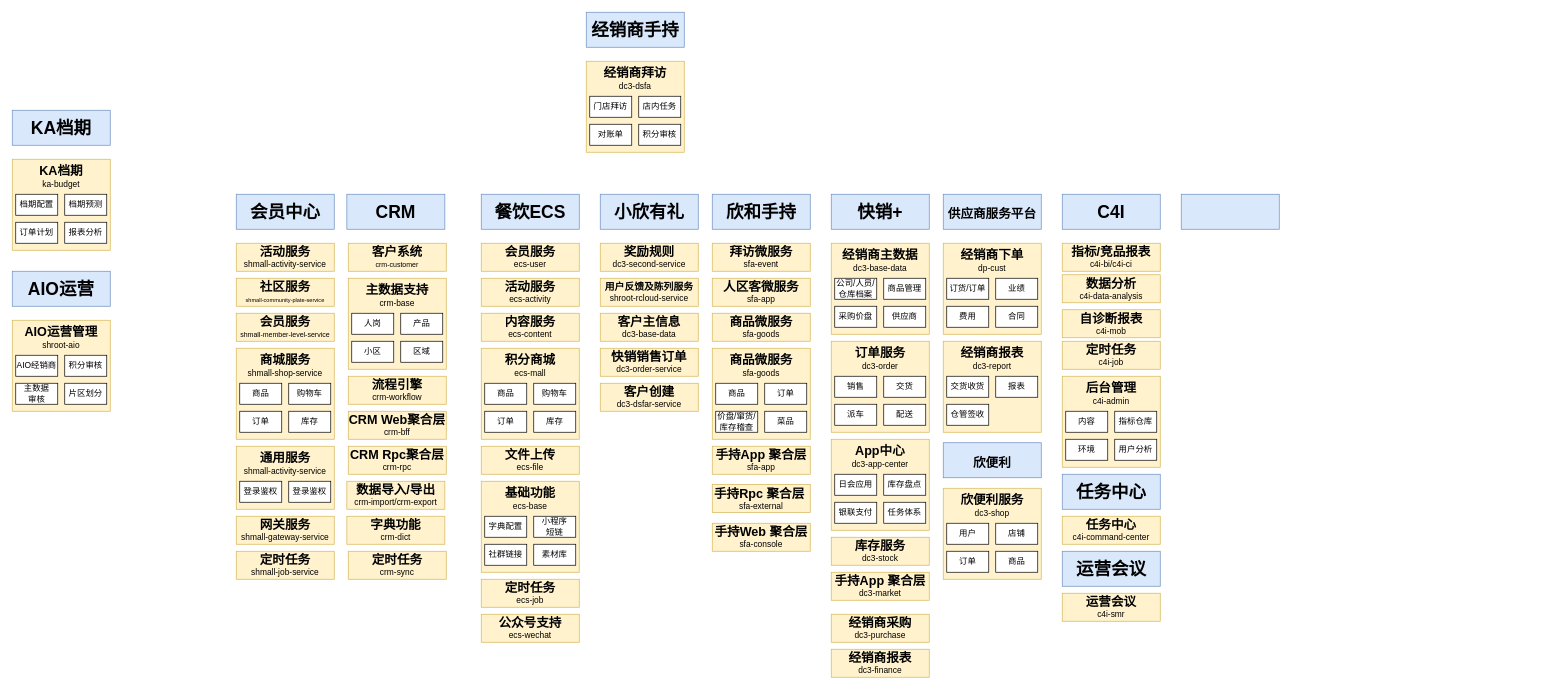
Earlier version of the draw.io diagram shinho/【1021】架构图绘制.drawio (18857545022/-). Source tidied: cells renumbered, new cells numbered last; positions are measured from the earlier drawing's top-left corner, leaving out a move shared by most shapes. Both pictures are drawn from the tidied source at 70%, with x=0, y=0 at pixel (12, 12).
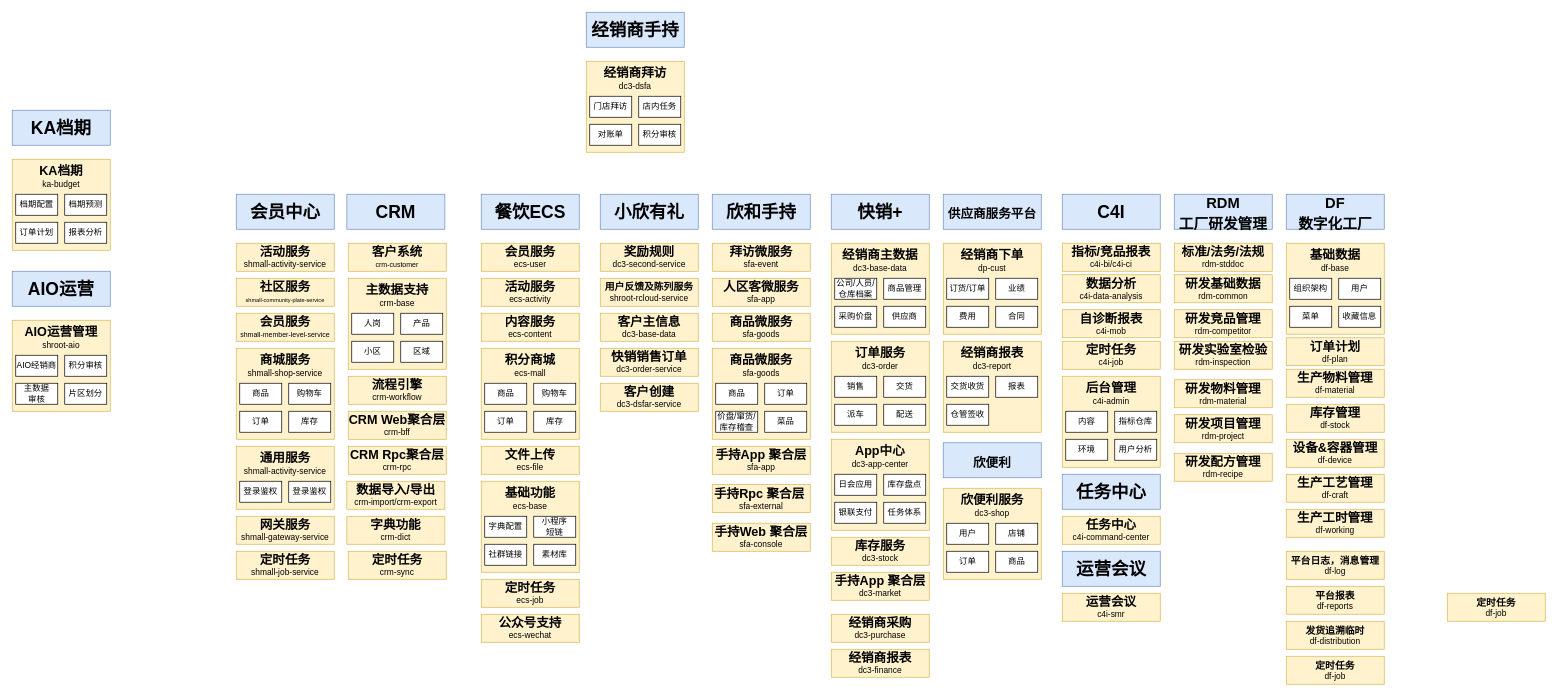
The same page after the edit.

Commit message (it also covers changes not shown here):
更新【1021】架构图绘制.drawio

What changed in the source:
```diff
@@
-    <mxCell id="8" style="rounded=0;whiteSpace=wrap;html=1;fillColor=#dae8fc;strokeColor=#6c8ebf;fontSize=25;fontStyle=1;" parent="1" vertex="1">
-      <mxGeometry x="1670" y="260" width="140" height="50" as="geometry" />
+    <mxCell id="8" value="&lt;font style=&quot;font-size: 21px;&quot;&gt;RDM&lt;br&gt;工厂研发管理&lt;/font&gt;" style="rounded=0;whiteSpace=wrap;html=1;fillColor=#dae8fc;strokeColor=#6c8ebf;fontSize=25;fontStyle=1;" parent="1" vertex="1">
+      <mxGeometry x="1660" y="260" width="140" height="50" as="geometry" />
     </mxCell>
@@
+    <mxCell id="194" value="&lt;span style=&quot;font-size: 18px;&quot;&gt;&lt;b&gt;标准/法务/法规&lt;/b&gt;&lt;/span&gt;&lt;br&gt;rdm-stddoc" style="rounded=0;whiteSpace=wrap;html=1;fillColor=#fff2cc;strokeColor=#d6b656;" parent="1" vertex="1">
+      <mxGeometry x="1660" y="330" width="140" height="40" as="geometry" />
+    </mxCell>
+    <mxCell id="195" value="&lt;span style=&quot;font-size: 18px;&quot;&gt;&lt;b&gt;研发基础数据&lt;/b&gt;&lt;/span&gt;&lt;br&gt;rdm-common" style="rounded=0;whiteSpace=wrap;html=1;fillColor=#fff2cc;strokeColor=#d6b656;" parent="1" vertex="1">
+      <mxGeometry x="1660" y="375" width="140" height="40" as="geometry" />
+    </mxCell>
+    <mxCell id="196" value="&lt;span style=&quot;font-size: 18px;&quot;&gt;&lt;b&gt;研发竞品管理&lt;/b&gt;&lt;/span&gt;&lt;br&gt;rdm-competitor" style="rounded=0;whiteSpace=wrap;html=1;fillColor=#fff2cc;strokeColor=#d6b656;" parent="1" vertex="1">
+      <mxGeometry x="1660" y="425" width="140" height="40" as="geometry" />
+    </mxCell>
+    <mxCell id="197" value="&lt;span style=&quot;font-size: 18px;&quot;&gt;&lt;b&gt;研发实验室检验&lt;/b&gt;&lt;/span&gt;&lt;br&gt;rdm-inspection" style="rounded=0;whiteSpace=wrap;html=1;fillColor=#fff2cc;strokeColor=#d6b656;" parent="1" vertex="1">
+      <mxGeometry x="1660" y="470" width="140" height="40" as="geometry" />
+    </mxCell>
+    <mxCell id="198" value="&lt;span style=&quot;font-size: 18px;&quot;&gt;&lt;b&gt;研发物料管理&lt;/b&gt;&lt;/span&gt;&lt;br&gt;rdm-material" style="rounded=0;whiteSpace=wrap;html=1;fillColor=#fff2cc;strokeColor=#d6b656;" parent="1" vertex="1">
+      <mxGeometry x="1660" y="525" width="140" height="40" as="geometry" />
+    </mxCell>
+    <mxCell id="199" value="&lt;span style=&quot;font-size: 18px;&quot;&gt;&lt;b&gt;研发项目管理&lt;/b&gt;&lt;/span&gt;&lt;br&gt;rdm-project" style="rounded=0;whiteSpace=wrap;html=1;fillColor=#fff2cc;strokeColor=#d6b656;" parent="1" vertex="1">
+      <mxGeometry x="1660" y="575" width="140" height="40" as="geometry" />
+    </mxCell>
+    <mxCell id="200" value="&lt;span style=&quot;font-size: 18px;&quot;&gt;&lt;b&gt;研发配方管理&lt;/b&gt;&lt;/span&gt;&lt;br&gt;rdm-recipe" style="rounded=0;whiteSpace=wrap;html=1;fillColor=#fff2cc;strokeColor=#d6b656;" parent="1" vertex="1">
+      <mxGeometry x="1660" y="630" width="140" height="40" as="geometry" />
+    </mxCell>
+    <mxCell id="201" value="&lt;font style=&quot;font-size: 21px;&quot;&gt;DF&lt;br&gt;数字化工厂&lt;/font&gt;" style="rounded=0;whiteSpace=wrap;html=1;fillColor=#dae8fc;strokeColor=#6c8ebf;fontSize=25;fontStyle=1;verticalAlign=middle;" parent="1" vertex="1">
+      <mxGeometry x="1820" y="260" width="140" height="50" as="geometry" />
+    </mxCell>
+    <mxCell id="202" style="group;" parent="1" vertex="1">
+      <mxGeometry x="1820" y="330" width="140" height="130" as="geometry" />
+    </mxCell>
+    <mxCell id="203" value="&lt;span style=&quot;font-size: 18px;&quot;&gt;&lt;b&gt;基础数据&lt;/b&gt;&lt;/span&gt;&lt;br&gt;&lt;div&gt;df-base&lt;/div&gt;" style="rounded=0;whiteSpace=wrap;html=1;fillColor=#fff2cc;strokeColor=#d6b656;verticalAlign=top;" parent="202" vertex="1">
+      <mxGeometry width="140" height="130" as="geometry" />
+    </mxCell>
+    <mxCell id="204" style="group;" parent="202" vertex="1">
+      <mxGeometry x="5" y="50" width="130" height="70" as="geometry" />
+    </mxCell>
+    <mxCell id="205" style="group;" parent="204" vertex="1">
+      <mxGeometry width="130" height="30" as="geometry" />
+    </mxCell>
+    <mxCell id="206" value="组织架构" style="rounded=0;whiteSpace=wrap;html=1;" parent="205" vertex="1">
+      <mxGeometry width="60" height="30" as="geometry" />
+    </mxCell>
+    <mxCell id="207" value="用户" style="rounded=0;whiteSpace=wrap;html=1;" parent="205" vertex="1">
+      <mxGeometry x="70" width="60" height="30" as="geometry" />
+    </mxCell>
+    <mxCell id="208" style="group;" parent="204" vertex="1">
+      <mxGeometry y="40" width="130" height="30" as="geometry" />
+    </mxCell>
+    <mxCell id="209" value="菜单" style="rounded=0;whiteSpace=wrap;html=1;" parent="208" vertex="1">
+      <mxGeometry width="60" height="30" as="geometry" />
+    </mxCell>
+    <mxCell id="210" value="收藏信息" style="rounded=0;whiteSpace=wrap;html=1;" parent="208" vertex="1">
+      <mxGeometry x="70" width="60" height="30" as="geometry" />
+    </mxCell>
+    <mxCell id="211" value="&lt;span style=&quot;font-size: 18px;&quot;&gt;&lt;b&gt;订单计划&lt;/b&gt;&lt;/span&gt;&lt;br&gt;df-plan" style="rounded=0;whiteSpace=wrap;html=1;fillColor=#fff2cc;strokeColor=#d6b656;" parent="1" vertex="1">
+      <mxGeometry x="1820" y="465" width="140" height="40" as="geometry" />
+    </mxCell>
+    <mxCell id="212" value="&lt;span style=&quot;font-size: 18px;&quot;&gt;&lt;b&gt;生产物料管理&lt;/b&gt;&lt;/span&gt;&lt;br&gt;df-material" style="rounded=0;whiteSpace=wrap;html=1;fillColor=#fff2cc;strokeColor=#d6b656;" parent="1" vertex="1">
+      <mxGeometry x="1820" y="510" width="140" height="40" as="geometry" />
+    </mxCell>
+    <mxCell id="213" value="&lt;span style=&quot;font-size: 18px;&quot;&gt;&lt;b&gt;库存管理&lt;/b&gt;&lt;/span&gt;&lt;br&gt;df-stock" style="rounded=0;whiteSpace=wrap;html=1;fillColor=#fff2cc;strokeColor=#d6b656;" parent="1" vertex="1">
+      <mxGeometry x="1820" y="560" width="140" height="40" as="geometry" />
+    </mxCell>
+    <mxCell id="214" value="&lt;span style=&quot;font-size: 18px;&quot;&gt;&lt;b&gt;设备&amp;amp;容器管理&lt;/b&gt;&lt;/span&gt;&lt;br&gt;df-device" style="rounded=0;whiteSpace=wrap;html=1;fillColor=#fff2cc;strokeColor=#d6b656;" parent="1" vertex="1">
+      <mxGeometry x="1820" y="610" width="140" height="40" as="geometry" />
+    </mxCell>
+    <mxCell id="215" value="&lt;span style=&quot;font-size: 18px;&quot;&gt;&lt;b&gt;生产工艺管理&lt;/b&gt;&lt;/span&gt;&lt;br&gt;df-craft" style="rounded=0;whiteSpace=wrap;html=1;fillColor=#fff2cc;strokeColor=#d6b656;" parent="1" vertex="1">
+      <mxGeometry x="1820" y="660" width="140" height="40" as="geometry" />
+    </mxCell>
+    <mxCell id="216" value="&lt;span style=&quot;font-size: 18px;&quot;&gt;&lt;b&gt;生产工时管理&lt;/b&gt;&lt;/span&gt;&lt;br&gt;df-working" style="rounded=0;whiteSpace=wrap;html=1;fillColor=#fff2cc;strokeColor=#d6b656;" parent="1" vertex="1">
+      <mxGeometry x="1820" y="710" width="140" height="40" as="geometry" />
+    </mxCell>
+    <mxCell id="217" value="&lt;b style=&quot;&quot;&gt;&lt;font style=&quot;font-size: 14px;&quot;&gt;平台日志，消息管理&lt;/font&gt;&lt;/b&gt;&lt;br&gt;df-log" style="rounded=0;whiteSpace=wrap;html=1;fillColor=#fff2cc;strokeColor=#d6b656;" parent="1" vertex="1">
+      <mxGeometry x="1820" y="770" width="140" height="40" as="geometry" />
+    </mxCell>
+    <mxCell id="218" value="&lt;span style=&quot;font-size: 14px;&quot;&gt;&lt;b&gt;平台报表&lt;/b&gt;&lt;/span&gt;&lt;br&gt;df-reports" style="rounded=0;whiteSpace=wrap;html=1;fillColor=#fff2cc;strokeColor=#d6b656;" parent="1" vertex="1">
+      <mxGeometry x="1820" y="820" width="140" height="40" as="geometry" />
+    </mxCell>
+    <mxCell id="219" value="&lt;span style=&quot;font-size: 14px;&quot;&gt;&lt;b&gt;发货追溯临时&lt;/b&gt;&lt;/span&gt;&lt;br&gt;df-distribution" style="rounded=0;whiteSpace=wrap;html=1;fillColor=#fff2cc;strokeColor=#d6b656;" parent="1" vertex="1">
+      <mxGeometry x="1820" y="870" width="140" height="40" as="geometry" />
+    </mxCell>
+    <mxCell id="220" value="&lt;span style=&quot;font-size: 14px;&quot;&gt;&lt;b&gt;定时任务&lt;/b&gt;&lt;/span&gt;&lt;br&gt;df-job" style="rounded=0;whiteSpace=wrap;html=1;fillColor=#fff2cc;strokeColor=#d6b656;" parent="1" vertex="1">
+      <mxGeometry x="1820" y="920" width="140" height="40" as="geometry" />
+    </mxCell>
+    <mxCell id="221" value="&lt;span style=&quot;font-size: 14px;&quot;&gt;&lt;b&gt;定时任务&lt;/b&gt;&lt;/span&gt;&lt;br&gt;df-job" style="rounded=0;whiteSpace=wrap;html=1;fillColor=#fff2cc;strokeColor=#d6b656;" parent="1" vertex="1">
+      <mxGeometry x="2050" y="830" width="140" height="40" as="geometry" />
+    </mxCell>
```
